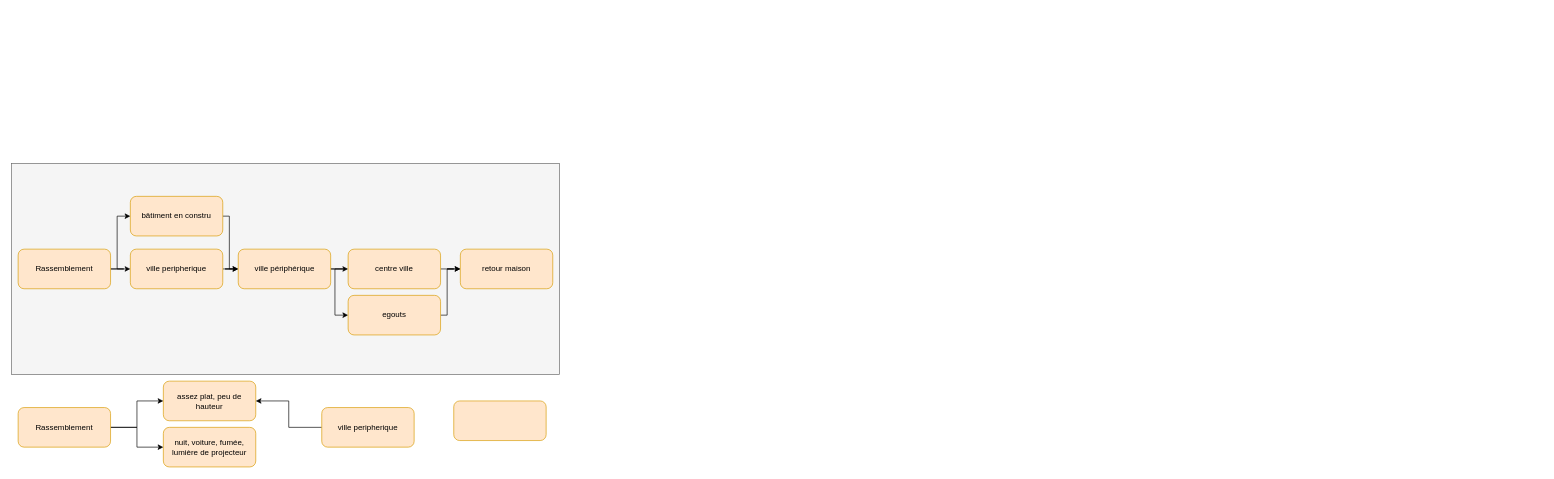
Before: schema LD.drawio in KylianChasselin/PROJET-fin-d-annee, a draw.io diagram. Source tidied: cells renumbered, new cells numbered last; positions are measured from the earlier drawing's top-left corner, leaving out a move shared by most shapes. Both pictures are drawn from the tidied source at 66%, with x=0, y=0 at pixel (11, 163).
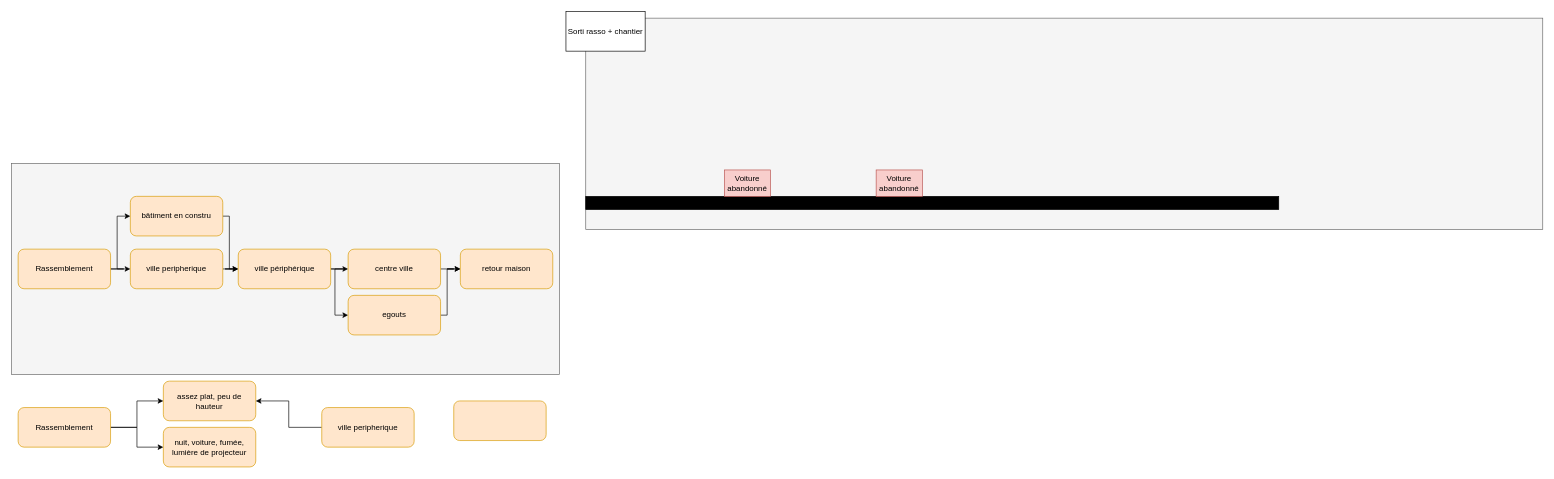
Above is the later version.

Change to the diagram source:
```diff
@@
+    <mxCell id="26" style="rounded=0;whiteSpace=wrap;html=1;fillColor=#f5f5f5;fontColor=#333333;strokeColor=#666666;" parent="1" vertex="1">
+      <mxGeometry x="870" y="-220" width="1450" height="320" as="geometry" />
+    </mxCell>
+    <mxCell id="27" value="Sorti rasso + chantier" style="rounded=0;whiteSpace=wrap;html=1;" parent="1" vertex="1">
+      <mxGeometry x="840" y="-230" width="120" height="60" as="geometry" />
+    </mxCell>
+    <mxCell id="28" style="rounded=0;whiteSpace=wrap;html=1;fillColor=#000000;" parent="1" vertex="1">
+      <mxGeometry x="870" y="50" width="1050" height="20" as="geometry" />
+    </mxCell>
+    <mxCell id="29" value="Voiture abandonné" style="rounded=0;whiteSpace=wrap;html=1;fillColor=#f8cecc;strokeColor=#b85450;" parent="1" vertex="1">
+      <mxGeometry x="1080" y="10" width="70" height="40" as="geometry" />
+    </mxCell>
+    <mxCell id="30" value="Voiture abandonné" style="rounded=0;whiteSpace=wrap;html=1;fillColor=#f8cecc;strokeColor=#b85450;" parent="1" vertex="1">
+      <mxGeometry x="1310" y="10" width="70" height="40" as="geometry" />
+    </mxCell>
```
